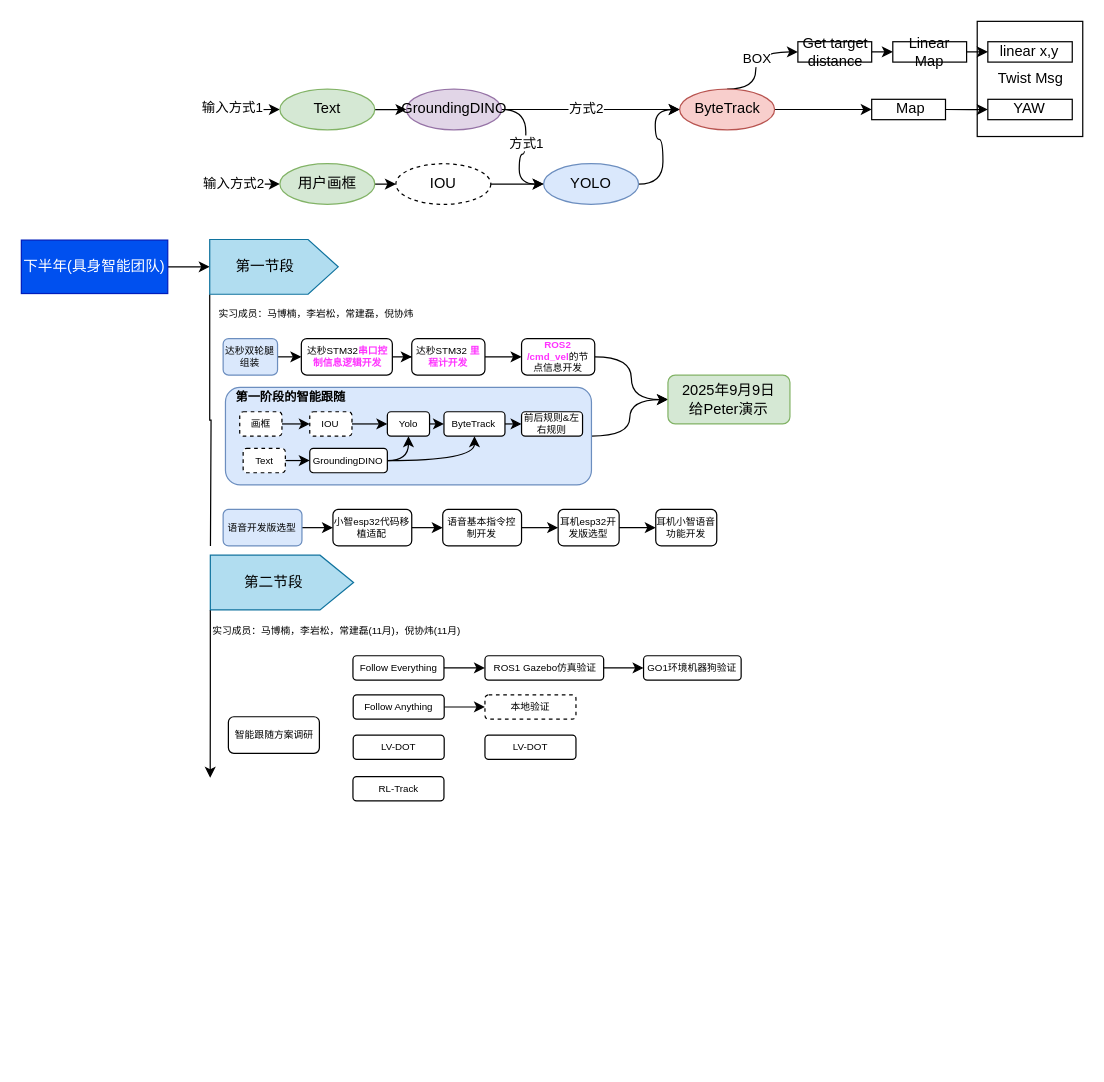
This is WorkSpace/ObjectTrack/2025年述职.drawio from mailonghua/drawio, a draw.io file, before an edit. Source tidied: cells renumbered, new cells numbered last; positions are measured from the earlier drawing's top-left corner, leaving out a move shared by most shapes. Both pictures are drawn from the tidied source at 122%, with x=0, y=0 at pixel (21, 21).
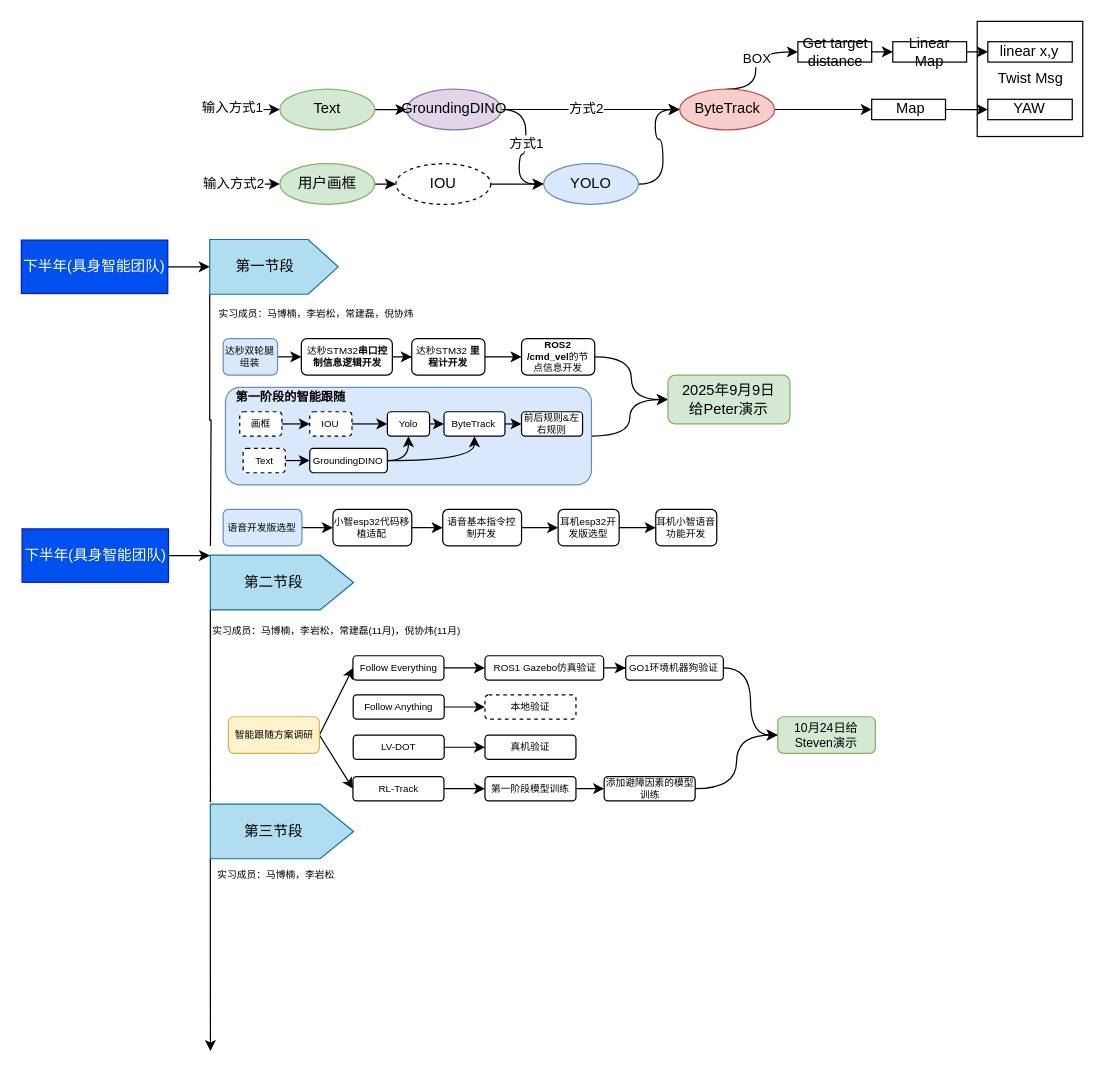
After the change.

Commit message (it also covers changes not shown here):
更新2025年述职.drawio

Unchanged cells that the change refers to:
```xml
<mxCell id="75" style="group;" parent="1" vertex="1">
  <mxGeometry x="161" y="435" width="105.3" height="50" as="geometry" />
</mxCell>
<mxCell id="77" style="verticalLabelPosition=bottom;verticalAlign=top;html=1;shape=offPageConnector;rounded=0;size=0.23413869420877945;rotation=-90;fillColor=#b1ddf0;strokeColor=#10739e;" parent="75" vertex="1">
  <mxGeometry x="30.2" y="-33.7" width="44.8" height="117.4" as="geometry" />
</mxCell>
<mxCell id="82" value="Follow Everything" style="rounded=1;whiteSpace=wrap;html=1;fontSize=8;" parent="1" vertex="1">
  <mxGeometry x="271.8" y="520" width="74.6" height="20" as="geometry" />
</mxCell>
<mxCell id="85" value="LV-DOT" style="rounded=1;whiteSpace=wrap;html=1;fontSize=8;" parent="1" vertex="1">
  <mxGeometry x="272" y="585" width="74.6" height="20" as="geometry" />
</mxCell>
<mxCell id="86" value="RL-Track" style="rounded=1;whiteSpace=wrap;html=1;fontSize=8;" parent="1" vertex="1">
  <mxGeometry x="271.8" y="619" width="74.6" height="20" as="geometry" />
</mxCell>
```

Change to the diagram source:
```diff
@@
-    <mxCell id="11" value="达秒STM32&lt;font style=&quot;color: rgb(255, 51, 255);&quot;&gt;&lt;b&gt;串口控制信息逻辑开发&lt;/b&gt;&lt;/font&gt;" style="rounded=1;whiteSpace=wrap;html=1;fontSize=8;" parent="1" vertex="1">
+    <mxCell id="11" value="达秒STM32&lt;font style=&quot;color: rgb(0, 0, 0);&quot;&gt;&lt;b style=&quot;&quot;&gt;串口控制信息逻辑开发&lt;/b&gt;&lt;/font&gt;" style="rounded=1;whiteSpace=wrap;html=1;fontSize=8;" parent="1" vertex="1">
       <mxGeometry x="229.5" y="260" width="74.6" height="30" as="geometry" />
     </mxCell>
@@
-    <mxCell id="13" value="达秒STM32 &lt;font style=&quot;color: rgb(255, 51, 255);&quot;&gt;&lt;b&gt;里程计开发&lt;/b&gt;&lt;/font&gt;" style="rounded=1;whiteSpace=wrap;html=1;fontSize=8;" parent="1" vertex="1">
+    <mxCell id="13" value="达秒STM32 &lt;font style=&quot;color: rgb(0, 0, 0);&quot;&gt;&lt;b&gt;里程计开发&lt;/b&gt;&lt;/font&gt;" style="rounded=1;whiteSpace=wrap;html=1;fontSize=8;" parent="1" vertex="1">
       <mxGeometry x="320" y="260" width="60" height="30" as="geometry" />
     </mxCell>
@@
-    <mxCell id="15" value="&lt;font style=&quot;color: rgb(255, 51, 255);&quot;&gt;&lt;b&gt;ROS2 /cmd_vel&lt;/b&gt;&lt;/font&gt;的节点信息开发" style="rounded=1;whiteSpace=wrap;html=1;fontSize=8;" parent="1" vertex="1">
+    <mxCell id="15" value="&lt;font style=&quot;color: rgb(0, 0, 0);&quot;&gt;&lt;b style=&quot;&quot;&gt;ROS2 /cmd_vel&lt;/b&gt;&lt;/font&gt;的节点信息开发" style="rounded=1;whiteSpace=wrap;html=1;fontSize=8;" parent="1" vertex="1">
       <mxGeometry x="410" y="260" width="60" height="30" as="geometry" />
     </mxCell>
@@
-    <mxCell id="76" style="edgeStyle=orthogonalEdgeStyle;rounded=0;jettySize=auto;html=1;exitX=0;exitY=0;exitDx=0;exitDy=0;" parent="75" edge="1" source="77">
+    <mxCell id="76" style="edgeStyle=orthogonalEdgeStyle;rounded=0;jettySize=auto;html=1;exitX=0;exitY=0;exitDx=0;exitDy=0;endArrow=none;endFill=0;" parent="75" edge="1" source="77">
       <mxGeometry relative="1" as="geometry">
-        <mxPoint x="-6.2" y="185" as="targetPoint" />
+        <mxPoint x="-6" y="205" as="targetPoint" />
       </mxGeometry>
     </mxCell>
@@
+    <mxCell id="92" style="rounded=0;jettySize=auto;html=1;exitX=1;exitY=0.5;exitDx=0;exitDy=0;entryX=0;entryY=0.5;entryDx=0;entryDy=0;" parent="1" edge="1" source="80" target="82">
+      <mxGeometry relative="1" as="geometry" />
+    </mxCell>
+    <mxCell id="93" style="rounded=0;jettySize=auto;html=1;exitX=1;exitY=0.5;exitDx=0;exitDy=0;entryX=0;entryY=0.5;entryDx=0;entryDy=0;" parent="1" edge="1" source="80" target="86">
+      <mxGeometry relative="1" as="geometry" />
+    </mxCell>
-    <mxCell id="80" value="智能跟随方案调研" style="rounded=1;whiteSpace=wrap;html=1;fontSize=8;" parent="1" vertex="1">
+    <mxCell id="80" value="智能跟随方案调研" style="rounded=1;whiteSpace=wrap;html=1;fontSize=8;fillColor=#fff2cc;strokeColor=#d6b656;" parent="1" vertex="1">
       <mxGeometry x="169.7" y="570" width="74.6" height="30" as="geometry" />
     </mxCell>
@@
+    <mxCell id="94" style="edgeStyle=orthogonalEdgeStyle;rounded=0;jettySize=auto;html=1;exitX=1;exitY=0.5;exitDx=0;exitDy=0;entryX=0;entryY=0.5;entryDx=0;entryDy=0;" parent="1" edge="1" source="85" target="91">
+      <mxGeometry relative="1" as="geometry" />
+    </mxCell>
@@
+    <mxCell id="95" style="edgeStyle=orthogonalEdgeStyle;rounded=0;jettySize=auto;html=1;exitX=1;exitY=0.5;exitDx=0;exitDy=0;entryX=0;entryY=0.5;entryDx=0;entryDy=0;" parent="1" edge="1" source="86" target="99">
+      <mxGeometry relative="1" as="geometry" />
+    </mxCell>
@@
+    <mxCell id="96" style="edgeStyle=orthogonalEdgeStyle;rounded=0;jettySize=auto;html=1;exitX=1;exitY=0.5;exitDx=0;exitDy=0;entryX=0;entryY=0.5;entryDx=0;entryDy=0;curved=1;" parent="1" edge="1" source="89" target="97">
+      <mxGeometry relative="1" as="geometry" />
+    </mxCell>
     <mxCell id="89" value="GO1环境机器狗验证" style="rounded=1;whiteSpace=wrap;html=1;fontSize=8;" parent="1" vertex="1">
-      <mxGeometry x="510" y="520" width="80" height="20" as="geometry" />
+      <mxGeometry x="495.4" y="520" width="80" height="20" as="geometry" />
     </mxCell>
@@
-    <mxCell id="91" value="LV-DOT" style="rounded=1;whiteSpace=wrap;html=1;fontSize=8;" parent="1" vertex="1">
+    <mxCell id="91" value="真机验证" style="rounded=1;whiteSpace=wrap;html=1;fontSize=8;" parent="1" vertex="1">
       <mxGeometry x="380" y="585" width="74.6" height="20" as="geometry" />
     </mxCell>
+    <mxCell id="97" value="10月24日给Steven演示" style="rounded=1;whiteSpace=wrap;html=1;fontSize=10;fillColor=#d5e8d4;strokeColor=#82b366;" parent="1" vertex="1">
+      <mxGeometry x="620" y="570" width="80" height="30" as="geometry" />
+    </mxCell>
+    <mxCell id="98" style="edgeStyle=orthogonalEdgeStyle;rounded=0;jettySize=auto;html=1;" parent="1" edge="1" source="99" target="101">
+      <mxGeometry relative="1" as="geometry" />
+    </mxCell>
+    <mxCell id="99" value="第一阶段模型训练" style="rounded=1;whiteSpace=wrap;html=1;fontSize=8;" parent="1" vertex="1">
+      <mxGeometry x="380" y="619" width="74.6" height="20" as="geometry" />
+    </mxCell>
+    <mxCell id="100" style="edgeStyle=orthogonalEdgeStyle;rounded=0;jettySize=auto;html=1;exitX=1;exitY=0.5;exitDx=0;exitDy=0;entryX=0;entryY=0.5;entryDx=0;entryDy=0;curved=1;" parent="1" edge="1" source="101" target="97">
+      <mxGeometry relative="1" as="geometry" />
+    </mxCell>
+    <mxCell id="101" value="添加避障因素的模型训练" style="rounded=1;whiteSpace=wrap;html=1;fontSize=8;" parent="1" vertex="1">
+      <mxGeometry x="477.7" y="619" width="74.6" height="20" as="geometry" />
+    </mxCell>
+    <mxCell id="102" style="edgeStyle=orthogonalEdgeStyle;rounded=0;jettySize=auto;html=1;exitX=1;exitY=0.5;exitDx=0;exitDy=0;entryX=0.5;entryY=0;entryDx=0;entryDy=0;" parent="1" edge="1" source="103">
+      <mxGeometry relative="1" as="geometry">
+        <mxPoint x="154.6" y="437.7" as="targetPoint" />
+      </mxGeometry>
+    </mxCell>
+    <mxCell id="103" value="下半年(具身智能团队)" style="rounded=0;whiteSpace=wrap;html=1;fillColor=#0050ef;fontColor=#ffffff;strokeColor=#001DBC;" parent="1" vertex="1">
+      <mxGeometry x="0.6" y="416" width="120" height="43.8" as="geometry" />
+    </mxCell>
+    <mxCell id="104" style="group;" parent="1" vertex="1">
+      <mxGeometry x="161" y="639" width="105.3" height="50" as="geometry" />
+    </mxCell>
+    <mxCell id="105" style="edgeStyle=orthogonalEdgeStyle;rounded=0;jettySize=auto;html=1;exitX=0;exitY=0;exitDx=0;exitDy=0;" parent="104" edge="1" source="106">
+      <mxGeometry relative="1" as="geometry">
+        <mxPoint x="-6" y="205" as="targetPoint" />
+      </mxGeometry>
+    </mxCell>
+    <mxCell id="106" style="verticalLabelPosition=bottom;verticalAlign=top;html=1;shape=offPageConnector;rounded=0;size=0.23413869420877945;rotation=-90;fillColor=#b1ddf0;strokeColor=#10739e;" parent="104" vertex="1">
+      <mxGeometry x="30.2" y="-33.7" width="44.8" height="117.4" as="geometry" />
+    </mxCell>
+    <mxCell id="107" value="第三节段" style="text;html=1;whiteSpace=wrap;strokeColor=none;fillColor=none;align=center;verticalAlign=middle;rounded=0;fontSize=12;" parent="104" vertex="1">
+      <mxGeometry x="11" y="11.7" width="70" height="26.6" as="geometry" />
+    </mxCell>
+    <mxCell id="108" value="实习成员：马博楠，李岩松" style="text;html=1;whiteSpace=wrap;strokeColor=none;fillColor=none;align=left;verticalAlign=middle;rounded=0;fontSize=8;" parent="1" vertex="1">
+      <mxGeometry x="159.1" y="690" width="100.9" height="20" as="geometry" />
+    </mxCell>
```
